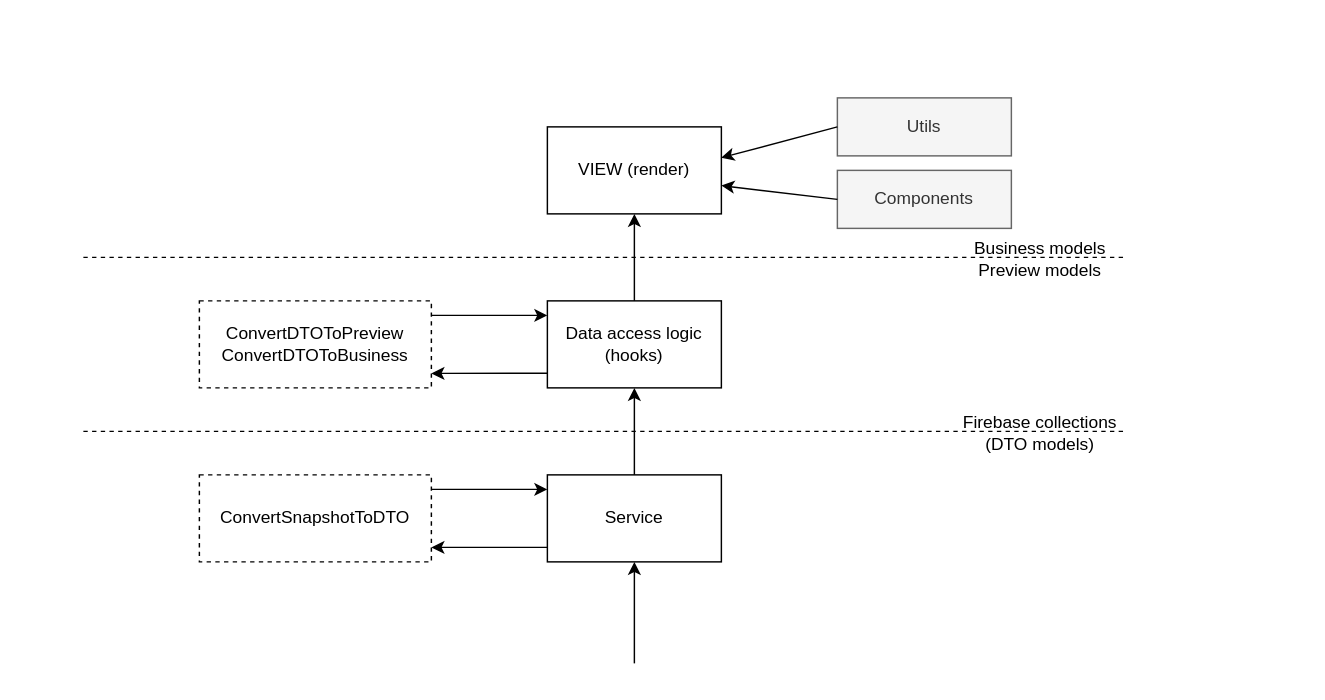
tritonJS826/masters-way keeps this draw.io diagram as docs/architecture.drawio. Above is the earlier version. Source tidied: cells renumbered, new cells numbered last; positions are measured from the earlier drawing's top-left corner, leaving out a move shared by most shapes. Both pictures are drawn from the tidied source at 145%, with x=0, y=0 at pixel (83, 97).
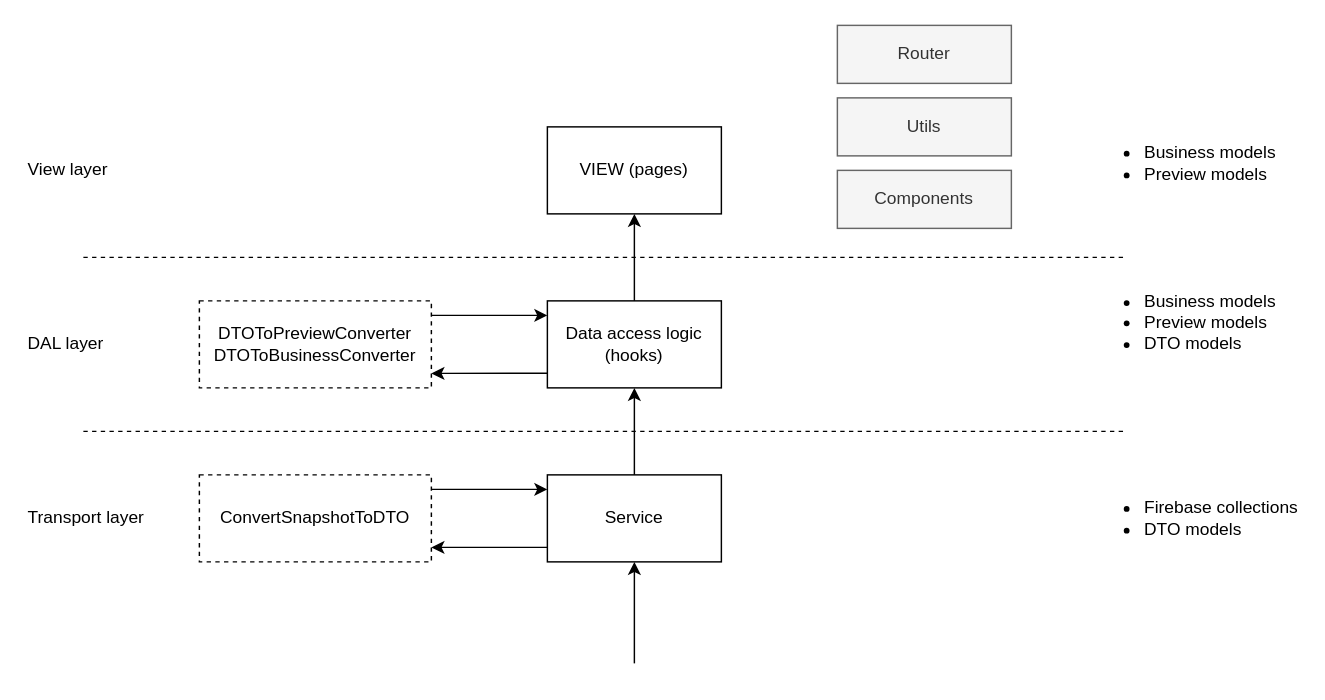
The same page after the edit.

Unchanged cells that the change refers to:
```xml
<mxCell id="13" value="Components" style="html=1;whiteSpace=wrap;fillColor=#f5f5f5;fontColor=#333333;strokeColor=#666666;" parent="1" vertex="1">
  <mxGeometry x="520" y="50" width="120" height="40" as="geometry" />
</mxCell>
<mxCell id="15" value="Utils" style="html=1;whiteSpace=wrap;fillColor=#f5f5f5;fontColor=#333333;strokeColor=#666666;" parent="1" vertex="1">
  <mxGeometry x="520" width="120" height="40" as="geometry" />
</mxCell>
```

What changed in the source:
```diff
@@
-    <mxCell id="6" value="VIEW (render)" style="html=1;whiteSpace=wrap;" parent="1" vertex="1">
+    <mxCell id="6" value="VIEW (pages)" style="html=1;whiteSpace=wrap;" parent="1" vertex="1">
       <mxGeometry x="320" y="20" width="120" height="60" as="geometry" />
     </mxCell>
@@
-    <mxCell id="12" value="ConvertDTOToPreview&lt;br&gt;ConvertDTOToBusiness" style="html=1;whiteSpace=wrap;dashed=1;" parent="1" vertex="1">
+    <mxCell id="12" value="DTOToPreviewConverter&lt;br&gt;DTOToBusinessConverter" style="html=1;whiteSpace=wrap;dashed=1;" parent="1" vertex="1">
       <mxGeometry x="80" y="140" width="160" height="60" as="geometry" />
     </mxCell>
@@
-    <mxCell id="14" style="endArrow=classic;html=1;rounded=0;entryX=1;entryY=0.675;entryDx=0;entryDy=0;exitX=0;exitY=0.5;exitDx=0;exitDy=0;entryPerimeter=0;" parent="1" edge="1" source="13" target="6">
-      <mxGeometry relative="1" as="geometry" />
-    </mxCell>
@@
-    <mxCell id="16" style="endArrow=classic;html=1;rounded=0;exitX=0;exitY=0.5;exitDx=0;exitDy=0;entryX=0.999;entryY=0.355;entryDx=0;entryDy=0;entryPerimeter=0;" parent="1" edge="1" source="15" target="6">
-      <mxGeometry relative="1" as="geometry" />
-    </mxCell>
@@
+    <mxCell id="21" value="&lt;ul&gt;&lt;li style=&quot;text-align: left;&quot;&gt;Firebase collections&lt;/li&gt;&lt;li style=&quot;text-align: left;&quot;&gt;DTO models&lt;/li&gt;&lt;/ul&gt;" style="text;html=1;strokeColor=none;fillColor=none;align=center;verticalAlign=middle;whiteSpace=wrap;rounded=0;" parent="1" vertex="1">
+      <mxGeometry x="690" y="275" width="150" height="30" as="geometry" />
+    </mxCell>
-    <mxCell id="20" value="Business models&lt;br&gt;Preview models" style="text;html=1;strokeColor=none;fillColor=none;align=center;verticalAlign=middle;whiteSpace=wrap;rounded=0;" parent="1" vertex="1">
-      <mxGeometry x="600" y="96" width="120" height="30" as="geometry" />
+    <mxCell id="20" value="&lt;ul&gt;&lt;li&gt;Business models&lt;/li&gt;&lt;li style=&quot;&quot;&gt;Preview models&lt;/li&gt;&lt;/ul&gt;" style="text;html=1;strokeColor=none;fillColor=none;align=left;verticalAlign=middle;whiteSpace=wrap;rounded=0;" parent="1" vertex="1">
+      <mxGeometry x="690" y="30" width="150" height="30" as="geometry" />
     </mxCell>
-    <mxCell id="21" value="Firebase collections (DTO models)" style="text;html=1;strokeColor=none;fillColor=none;align=center;verticalAlign=middle;whiteSpace=wrap;rounded=0;" parent="1" vertex="1">
-      <mxGeometry x="600" y="216" width="120" height="30" as="geometry" />
-    </mxCell>
+    <mxCell id="22" value="&lt;ul&gt;&lt;li&gt;Business models&lt;/li&gt;&lt;li style=&quot;&quot;&gt;Preview models&lt;/li&gt;&lt;li style=&quot;&quot;&gt;DTO models&lt;/li&gt;&lt;/ul&gt;" style="text;html=1;strokeColor=none;fillColor=none;align=left;verticalAlign=middle;whiteSpace=wrap;rounded=0;" parent="1" vertex="1">
+      <mxGeometry x="690" y="140" width="150" height="30" as="geometry" />
+    </mxCell>
+    <mxCell id="23" value="Router" style="html=1;whiteSpace=wrap;fillColor=#f5f5f5;fontColor=#333333;strokeColor=#666666;" parent="1" vertex="1">
+      <mxGeometry x="520" y="-50" width="120" height="40" as="geometry" />
+    </mxCell>
+    <mxCell id="24" value="View layer" style="text;html=1;strokeColor=none;fillColor=none;align=left;verticalAlign=middle;whiteSpace=wrap;rounded=0;" parent="1" vertex="1">
+      <mxGeometry x="-40" y="35" width="80" height="30" as="geometry" />
+    </mxCell>
+    <mxCell id="25" value="DAL layer" style="text;html=1;strokeColor=none;fillColor=none;align=left;verticalAlign=middle;whiteSpace=wrap;rounded=0;" parent="1" vertex="1">
+      <mxGeometry x="-40" y="155" width="90" height="30" as="geometry" />
+    </mxCell>
+    <mxCell id="26" value="Transport layer" style="text;html=1;strokeColor=none;fillColor=none;align=left;verticalAlign=middle;whiteSpace=wrap;rounded=0;" parent="1" vertex="1">
+      <mxGeometry x="-40" y="275" width="90" height="30" as="geometry" />
+    </mxCell>
```
